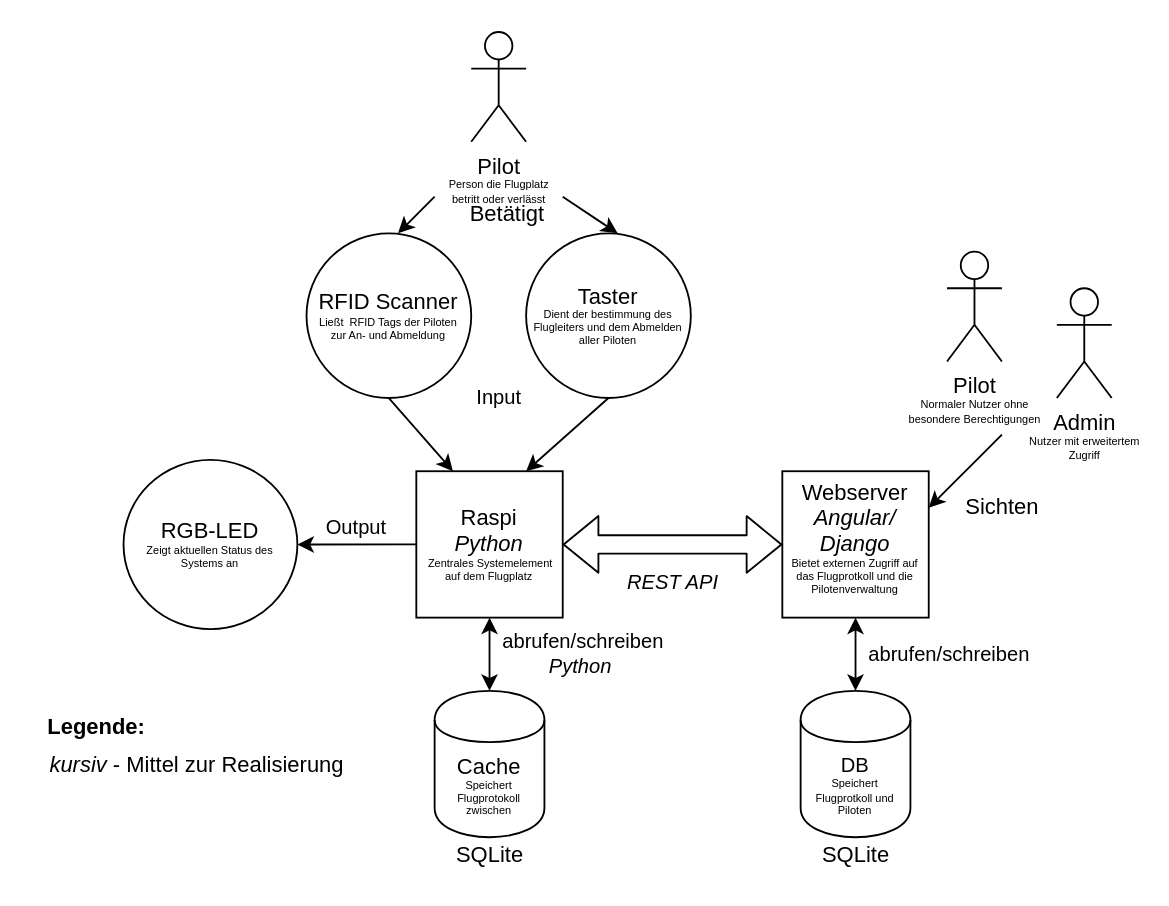
Lernni/E2-Anwesenheitserfassung-fuer-Modellflugplatz keeps this draw.io diagram as docs/architecture/images/C4_Model/C4_Level2.drawio. Above is the earlier version. Source tidied: cells renumbered, new cells numbered last; positions are measured from the earlier drawing's top-left corner, leaving out a move shared by most shapes. Both pictures are drawn from the tidied source at 183%, with x=0, y=0 at pixel (31, 31).
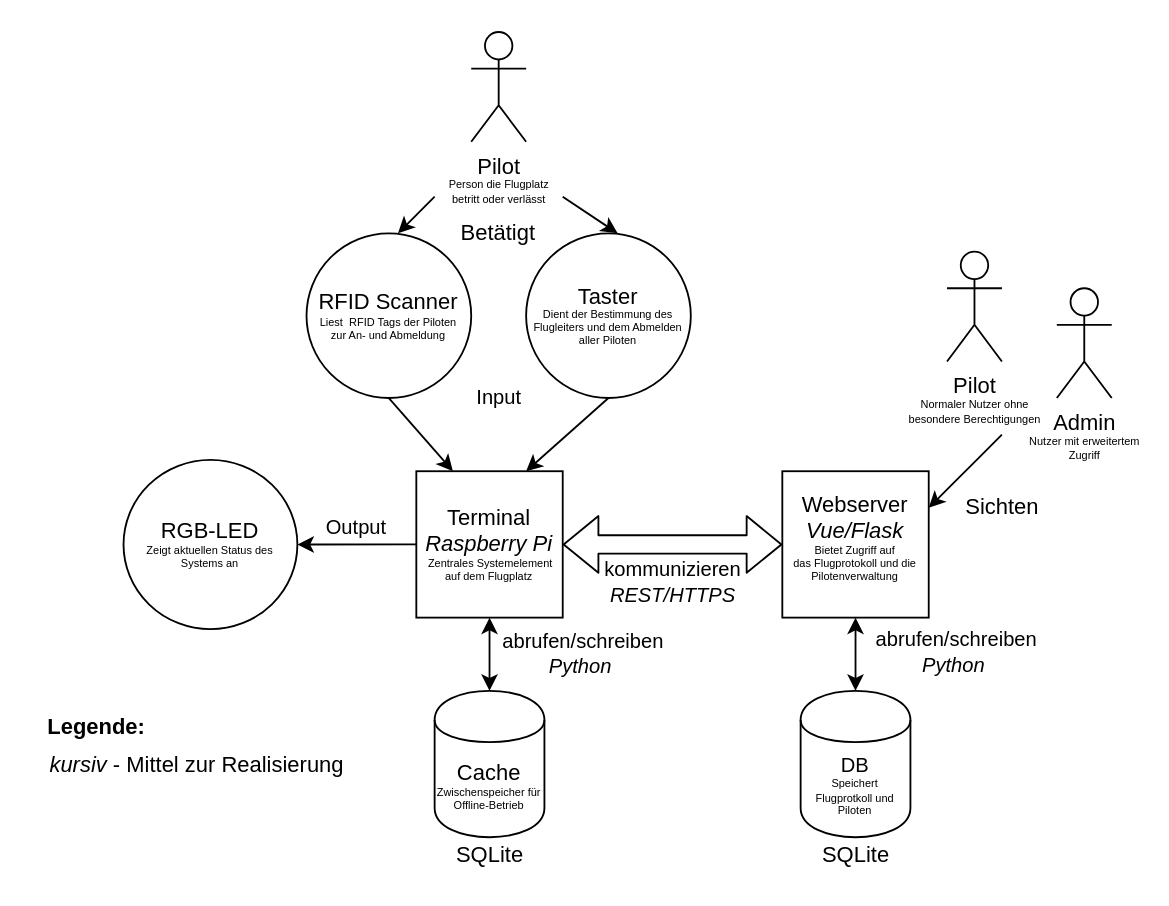
The same diagram, later.

Commit message (it also covers changes not shown here):
#100 Update C4-Modell und Use-Case-Diagramm

The change refers to these unchanged cells:
```xml
<mxCell id="4" style="shape=flexArrow;endArrow=classic;startArrow=classic;html=1;exitX=1;exitY=0.5;exitDx=0;exitDy=0;entryX=0;entryY=0.5;entryDx=0;entryDy=0;" parent="1" edge="1" source="2" target="3">
  <mxGeometry relative="1" as="geometry" />
</mxCell>
<mxCell id="7" style="endArrow=classic;startArrow=classic;html=1;entryX=0.5;entryY=1;entryDx=0;entryDy=0;exitX=0.5;exitY=0;exitDx=0;exitDy=0;" parent="1" edge="1" source="6" target="3">
  <mxGeometry relative="1" as="geometry" />
</mxCell>
```

What changed in the source:
```diff
@@
-    <mxCell id="2" value="Raspi&lt;i&gt;&lt;br&gt;&lt;/i&gt;&lt;div&gt;&lt;i&gt;Python&lt;br&gt;&lt;/i&gt;&lt;/div&gt;&lt;div style=&quot;font-size: 6px&quot;&gt;&lt;i&gt;&amp;nbsp;&lt;/i&gt;Zentrales Systemelement auf dem Flugplatz&lt;br&gt;&lt;i&gt;&lt;/i&gt;&lt;/div&gt;" style="whiteSpace=wrap;html=1;" parent="1" vertex="1">
+    <mxCell id="2" value="Terminal&lt;br&gt;&lt;div&gt;&lt;i&gt;Raspberry Pi&lt;br&gt;&lt;/i&gt;&lt;/div&gt;&lt;div style=&quot;font-size: 6px&quot;&gt;&lt;i&gt;&amp;nbsp;&lt;/i&gt;Zentrales Systemelement auf dem Flugplatz&lt;br&gt;&lt;i&gt;&lt;/i&gt;&lt;/div&gt;" style="whiteSpace=wrap;html=1;" parent="1" vertex="1">
       <mxGeometry x="210" y="240" width="80" height="80" as="geometry" />
     </mxCell>
-    <mxCell id="3" value="Webserver&lt;br&gt;&lt;i&gt;&lt;font color=&quot;#ea6b66&quot;&gt;&lt;font color=&quot;#000000&quot;&gt;Angular/&lt;br&gt;&lt;/font&gt;&lt;/font&gt;&lt;/i&gt;&lt;div&gt;&lt;i&gt;&lt;font color=&quot;#ea6b66&quot;&gt;&lt;font color=&quot;#000000&quot;&gt;Django&lt;/font&gt;&lt;/font&gt;&lt;/i&gt;&lt;/div&gt;&lt;div style=&quot;font-size: 6px&quot;&gt;&lt;font style=&quot;font-size: 6px&quot;&gt;Bietet externen Zugriff auf&lt;br&gt;das Flugprotkoll und die&lt;br&gt;Pilotenverwaltung&lt;/font&gt;&lt;/div&gt;&lt;div style=&quot;font-size: 6px&quot;&gt;&lt;br&gt;&lt;/div&gt;" style="whiteSpace=wrap;html=1;" parent="1" vertex="1">
+    <mxCell id="3" value="Webserver&lt;br&gt;&lt;i&gt;&lt;font color=&quot;#ea6b66&quot;&gt;&lt;font color=&quot;#000000&quot;&gt;Vue/Flask&lt;br&gt;&lt;/font&gt;&lt;/font&gt;&lt;/i&gt;&lt;div style=&quot;font-size: 6px&quot;&gt;&lt;font style=&quot;font-size: 6px&quot;&gt;Bietet Zugriff auf&lt;br&gt;das Flugprotokoll und die&lt;br&gt;Pilotenverwaltung&lt;/font&gt;&lt;/div&gt;&lt;div style=&quot;font-size: 6px&quot;&gt;&lt;br&gt;&lt;/div&gt;" style="whiteSpace=wrap;html=1;" parent="1" vertex="1">
       <mxGeometry x="410" y="240" width="80" height="80" as="geometry" />
     </mxCell>
@@
-    <mxCell id="5" value="&lt;i&gt;REST API&lt;/i&gt;" style="edgeLabel;html=1;align=center;verticalAlign=middle;" parent="4" vertex="1">
+    <mxCell id="5" value="kommunizieren&lt;br&gt;&lt;i&gt;REST/HTTPS&lt;/i&gt;" style="edgeLabel;html=1;align=center;verticalAlign=middle;" parent="4" vertex="1">
       <mxGeometry x="0.14" y="-2" relative="1" as="geometry">
         <mxPoint x="-8.6" y="18" as="offset" />
       </mxGeometry>
     </mxCell>
@@
-    <mxCell id="8" value="abrufen/schreiben" style="edgeLabel;html=1;align=center;verticalAlign=middle;" parent="7" vertex="1">
-      <mxGeometry x="-0.37" y="-2" relative="1" as="geometry">
-        <mxPoint x="48" y="-7.4" as="offset" />
-      </mxGeometry>
-    </mxCell>
-    <mxCell id="9" value="&lt;div&gt;&lt;p style=&quot;font-size: 6px&quot;&gt;&lt;font style=&quot;font-size: 12px&quot;&gt;RFID Scanner&lt;/font&gt;&lt;br&gt;&lt;font style=&quot;font-size: 6px ; line-height: 100%&quot;&gt;Ließt&amp;nbsp; RFID Tags der Piloten&lt;br&gt;zur An- und Abmeldung&lt;/font&gt;&lt;/p&gt;&lt;/div&gt;" style="ellipse;whiteSpace=wrap;html=1;" parent="1" vertex="1">
+    <mxCell id="9" value="&lt;div&gt;&lt;p style=&quot;font-size: 6px&quot;&gt;&lt;font style=&quot;font-size: 12px&quot;&gt;RFID Scanner&lt;/font&gt;&lt;br&gt;&lt;font style=&quot;font-size: 6px ; line-height: 100%&quot;&gt;Liest&amp;nbsp; RFID Tags der Piloten&lt;br&gt;zur An- und Abmeldung&lt;/font&gt;&lt;/p&gt;&lt;/div&gt;" style="ellipse;whiteSpace=wrap;html=1;" parent="1" vertex="1">
       <mxGeometry x="150" y="110" width="90" height="90" as="geometry" />
     </mxCell>
-    <mxCell id="10" value="&lt;div style=&quot;font-size: 6px&quot;&gt;&lt;font style=&quot;font-size: 12px&quot;&gt;Taster&lt;/font&gt;&lt;br&gt;&lt;font style=&quot;font-size: 6px&quot;&gt;Dient der bestimmung des Flugleiters und dem Abmelden aller Piloten&lt;br&gt;&lt;/font&gt;&lt;/div&gt;" style="ellipse;whiteSpace=wrap;html=1;" parent="1" vertex="1">
+    <mxCell id="10" value="&lt;div style=&quot;font-size: 6px&quot;&gt;&lt;font style=&quot;font-size: 12px&quot;&gt;Taster&lt;/font&gt;&lt;br&gt;&lt;font style=&quot;font-size: 6px&quot;&gt;Dient der Bestimmung des Flugleiters und dem Abmelden aller Piloten&lt;br&gt;&lt;/font&gt;&lt;/div&gt;" style="ellipse;whiteSpace=wrap;html=1;" parent="1" vertex="1">
       <mxGeometry x="270" y="110" width="90" height="90" as="geometry" />
     </mxCell>
@@
-    <mxCell id="21" value="&lt;div&gt;Cache&lt;/div&gt;&lt;div style=&quot;font-size: 6px&quot;&gt;&lt;font style=&quot;font-size: 6px&quot;&gt;Speichert Flugprotokoll zwische&lt;/font&gt;n&lt;br&gt;&lt;/div&gt;" style="shape=cylinder;whiteSpace=wrap;html=1;boundedLbl=1;backgroundOutline=1;" parent="1" vertex="1">
+    <mxCell id="21" value="&lt;div&gt;Cache&lt;/div&gt;&lt;div style=&quot;font-size: 6px&quot;&gt;Zwischenspeicher für Offline-Betrieb&lt;/div&gt;" style="shape=cylinder;whiteSpace=wrap;html=1;boundedLbl=1;backgroundOutline=1;" parent="1" vertex="1">
       <mxGeometry x="220" y="360" width="60" height="80" as="geometry" />
     </mxCell>
@@
     <mxCell id="31" value="Betätigt" style="text;html=1;strokeColor=none;fillColor=none;align=center;verticalAlign=middle;whiteSpace=wrap;rounded=0;" parent="1" vertex="1">
-      <mxGeometry x="240" y="90" width="40" height="20" as="geometry" />
+      <mxGeometry x="235" y="100" width="40" height="20" as="geometry" />
     </mxCell>
+    <mxCell id="32" value="abrufen/schreiben&lt;br&gt;&lt;i&gt;Python&amp;nbsp;&lt;/i&gt;" style="edgeLabel;html=1;align=center;verticalAlign=middle;" parent="1" vertex="1">
+      <mxGeometry x="515" y="370" as="geometry">
+        <mxPoint x="-11" y="-32" as="offset" />
+      </mxGeometry>
+    </mxCell>
```
